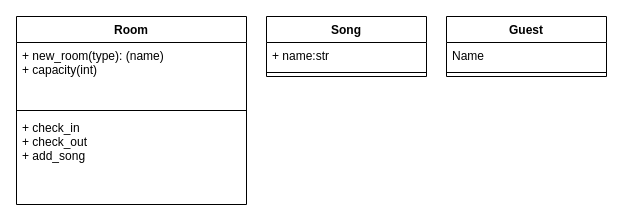
Earlier version of the draw.io diagram diagramming.drawio (emcog/cc_hw_wk2_wkend). Source tidied: cells renumbered, new cells numbered last; positions are measured from the earlier drawing's top-left corner, leaving out a move shared by most shapes. Both pictures are drawn from the tidied source at 100%, with x=0, y=0 at pixel (16, 16).
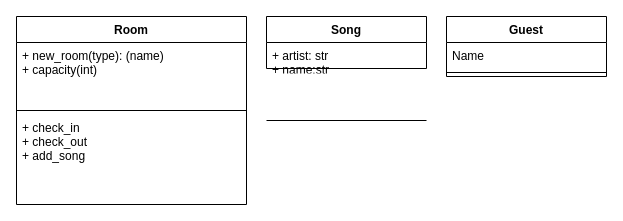
The same diagram, later.

The edit, as a diff of the source:
```diff
@@
 <mxGraphModel>
   <root>
     <mxCell id="0" />
     <mxCell id="1" parent="0" />
     <mxCell id="2" value="Room" style="swimlane;fontStyle=1;align=center;verticalAlign=top;horizontal=1;startSize=26;" parent="1" vertex="1">
       <mxGeometry width="230" height="188" as="geometry" />
     </mxCell>
     <mxCell id="3" value="+ new_room(type): (name)&#10;+ capacity(int)" style="text;strokeColor=none;fillColor=none;align=left;verticalAlign=top;spacingLeft=4;spacingRight=4;overflow=hidden;" parent="2" vertex="1">
       <mxGeometry y="26" width="230" height="64" as="geometry" />
     </mxCell>
     <mxCell id="4" style="line;strokeWidth=1;fillColor=none;align=left;verticalAlign=middle;spacingTop=-1;spacingLeft=3;spacingRight=3;labelPosition=right;" parent="2" vertex="1">
       <mxGeometry y="90" width="230" height="8" as="geometry" />
     </mxCell>
     <mxCell id="5" value="+ check_in&#10;+ check_out&#10;+ add_song" style="text;strokeColor=none;fillColor=none;align=left;verticalAlign=top;spacingLeft=4;spacingRight=4;overflow=hidden;" parent="2" vertex="1">
       <mxGeometry y="98" width="230" height="90" as="geometry" />
     </mxCell>
     <mxCell id="6" value="Song" style="swimlane;fontStyle=1;align=center;verticalAlign=top;horizontal=1;startSize=26;" parent="1" vertex="1">
-      <mxGeometry x="250" width="160" height="60" as="geometry" />
+      <mxGeometry x="250" width="160" height="52" as="geometry" />
     </mxCell>
-    <mxCell id="7" value="+ name:str" style="text;strokeColor=none;fillColor=none;align=left;verticalAlign=top;spacingLeft=4;spacingRight=4;overflow=hidden;" parent="6" vertex="1">
+    <mxCell id="7" value="+ artist: str&#10;+ name:str&#10;" style="text;strokeColor=none;fillColor=none;align=left;verticalAlign=top;spacingLeft=4;spacingRight=4;overflow=hidden;" parent="6" vertex="1">
       <mxGeometry y="26" width="160" height="26" as="geometry" />
     </mxCell>
-    <mxCell id="8" style="line;strokeWidth=1;fillColor=none;align=left;verticalAlign=middle;spacingTop=-1;spacingLeft=3;spacingRight=3;labelPosition=right;" parent="6" vertex="1">
-      <mxGeometry y="52" width="160" height="8" as="geometry" />
-    </mxCell>
     <mxCell id="9" value="Guest" style="swimlane;fontStyle=1;align=center;verticalAlign=top;horizontal=1;startSize=26;" parent="1" vertex="1">
       <mxGeometry x="430" width="160" height="60" as="geometry" />
     </mxCell>
     <mxCell id="10" value="Name" style="text;strokeColor=none;fillColor=none;align=left;verticalAlign=top;spacingLeft=4;spacingRight=4;overflow=hidden;" parent="9" vertex="1">
       <mxGeometry y="26" width="160" height="26" as="geometry" />
     </mxCell>
     <mxCell id="11" style="line;strokeWidth=1;fillColor=none;align=left;verticalAlign=middle;spacingTop=-1;spacingLeft=3;spacingRight=3;labelPosition=right;" parent="9" vertex="1">
       <mxGeometry y="52" width="160" height="8" as="geometry" />
     </mxCell>
+    <mxCell id="8" style="line;strokeWidth=1;fillColor=none;align=left;verticalAlign=middle;spacingTop=-1;spacingLeft=3;spacingRight=3;labelPosition=right;" parent="1" vertex="1">
+      <mxGeometry x="250" y="100" width="160" height="8" as="geometry" />
+    </mxCell>
   </root>
 </mxGraphModel>
```
